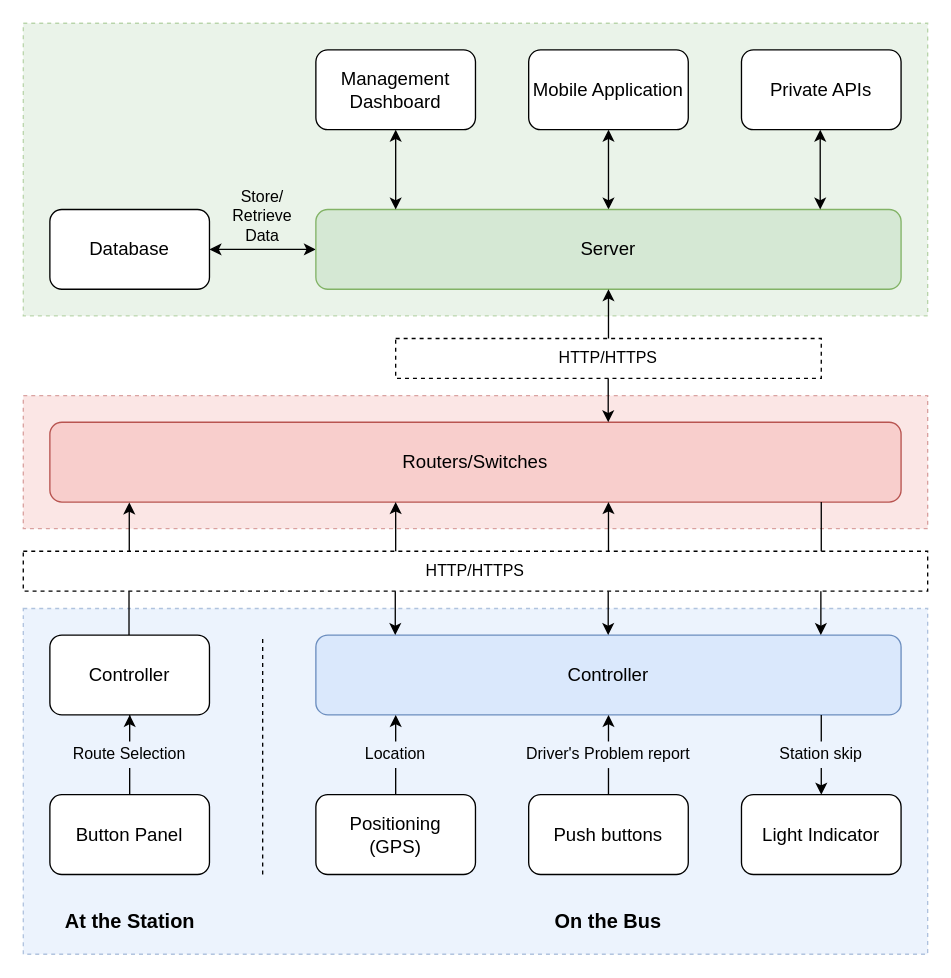
Before: PBL6-BusSystemImprovement.drawio in lukas0173/Draw.io, a draw.io diagram. Source tidied: cells renumbered, new cells numbered last; positions are measured from the earlier drawing's top-left corner, leaving out a move shared by most shapes. Both pictures are drawn from the tidied source at 133%, with x=0, y=0 at pixel (23, 23).
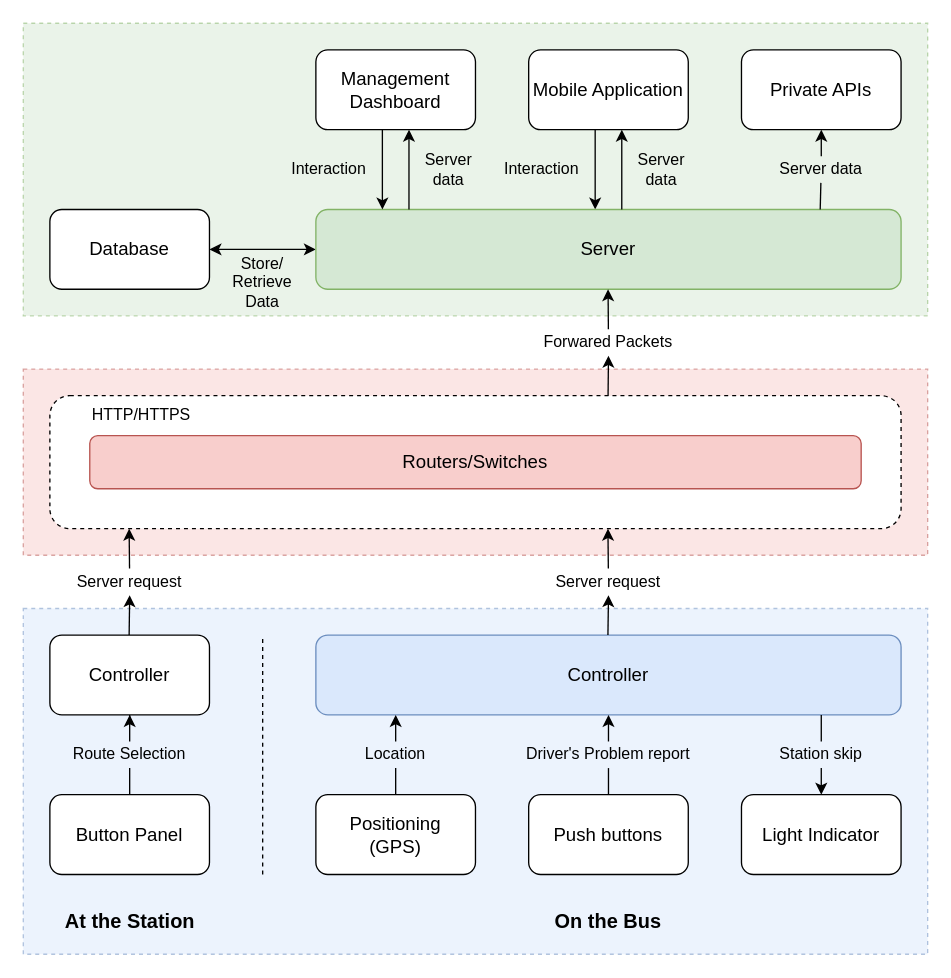
The same page after the edit.

The change refers to these unchanged cells:
```xml
<mxCell id="11" value="Server" style="rounded=1;whiteSpace=wrap;html=1;fontSize=14;fillColor=#d5e8d4;strokeColor=#82b366;" parent="1" vertex="1">
  <mxGeometry x="220" y="140" width="440" height="60" as="geometry" />
</mxCell>
<mxCell id="13" value="Mobile Application" style="rounded=1;whiteSpace=wrap;html=1;fontSize=14;" parent="1" vertex="1">
  <mxGeometry x="380" y="20" width="120" height="60" as="geometry" />
</mxCell>
```

Change to the diagram source:
```diff
@@
     <mxCell id="3" style="rounded=0;whiteSpace=wrap;html=1;dashed=1;fillColor=#f8cecc;strokeColor=#b85450;opacity=50;fontSize=14;" parent="1" vertex="1">
-      <mxGeometry y="280" width="680" height="100" as="geometry" />
+      <mxGeometry y="260" width="680" height="140" as="geometry" />
     </mxCell>
@@
-    <mxCell id="9" style="edgeStyle=orthogonalEdgeStyle;rounded=0;jettySize=auto;html=1;startArrow=classic;startFill=1;" parent="1" edge="1" source="11" target="13">
-      <mxGeometry relative="1" as="geometry" />
+    <mxCell id="9" style="edgeStyle=orthogonalEdgeStyle;rounded=0;orthogonalLoop=1;jettySize=auto;html=1;startArrow=classic;startFill=1;endArrow=none;endFill=0;" parent="1" edge="1">
+      <mxGeometry relative="1" as="geometry">
+        <mxPoint x="430" y="140" as="sourcePoint" />
+        <mxPoint x="430" y="80" as="targetPoint" />
+      </mxGeometry>
     </mxCell>
@@
-    <mxCell id="23" value="Routers/Switches" style="rounded=1;whiteSpace=wrap;html=1;fontSize=14;fillColor=#f8cecc;strokeColor=#b85450;" parent="1" vertex="1">
-      <mxGeometry x="20" y="300" width="640" height="60" as="geometry" />
-    </mxCell>
@@
-    <mxCell id="37" style="edgeStyle=orthogonalEdgeStyle;rounded=0;jettySize=auto;html=1;startArrow=none;startFill=0;endArrow=none;endFill=0;" parent="1" edge="1" source="38">
-      <mxGeometry relative="1" as="geometry">
-        <mxPoint x="79.5" y="460" as="targetPoint" />
-        <Array as="points">
-          <mxPoint x="79.5" y="460" />
-        </Array>
-      </mxGeometry>
-    </mxCell>
-    <mxCell id="38" value="HTTP/HTTPS" style="text;html=1;align=center;verticalAlign=middle;whiteSpace=wrap;rounded=0;strokeColor=default;dashed=1;" parent="1" vertex="1">
-      <mxGeometry y="397" width="680" height="30" as="geometry" />
-    </mxCell>
-    <mxCell id="39" style="edgeStyle=orthogonalEdgeStyle;rounded=0;jettySize=auto;html=1;startArrow=classic;startFill=1;endArrow=none;endFill=0;exitX=0.094;exitY=1.004;exitDx=0;exitDy=0;exitPerimeter=0;" parent="1" edge="1" source="23">
-      <mxGeometry relative="1" as="geometry">
-        <mxPoint x="79.7" y="397" as="targetPoint" />
-        <Array as="points">
-          <mxPoint x="80" y="397" />
-        </Array>
-      </mxGeometry>
-    </mxCell>
-    <mxCell id="40" style="edgeStyle=orthogonalEdgeStyle;rounded=0;orthogonalLoop=1;jettySize=auto;html=1;startArrow=classic;startFill=1;endArrow=none;endFill=0;exitX=0.094;exitY=1.004;exitDx=0;exitDy=0;exitPerimeter=0;" parent="1" edge="1">
-      <mxGeometry relative="1" as="geometry">
-        <mxPoint x="280.2" y="360" as="sourcePoint" />
-        <mxPoint x="280" y="397" as="targetPoint" />
-        <Array as="points">
-          <mxPoint x="280.2" y="397" />
-        </Array>
-      </mxGeometry>
-    </mxCell>
-    <mxCell id="41" style="edgeStyle=orthogonalEdgeStyle;rounded=0;orthogonalLoop=1;jettySize=auto;html=1;startArrow=none;startFill=0;endArrow=classic;endFill=1;" parent="1" edge="1">
-      <mxGeometry relative="1" as="geometry">
-        <mxPoint x="280.2" y="427" as="sourcePoint" />
-        <mxPoint x="279.7" y="460" as="targetPoint" />
-        <Array as="points">
-          <mxPoint x="279.7" y="460" />
-        </Array>
-      </mxGeometry>
-    </mxCell>
-    <mxCell id="42" style="edgeStyle=orthogonalEdgeStyle;rounded=0;orthogonalLoop=1;jettySize=auto;html=1;startArrow=none;startFill=0;endArrow=classic;endFill=1;" parent="1" edge="1">
-      <mxGeometry relative="1" as="geometry">
-        <mxPoint x="440.3" y="427" as="sourcePoint" />
-        <mxPoint x="439.8" y="460" as="targetPoint" />
-        <Array as="points">
-          <mxPoint x="439.8" y="460" />
-        </Array>
-      </mxGeometry>
-    </mxCell>
-    <mxCell id="43" style="edgeStyle=orthogonalEdgeStyle;rounded=0;orthogonalLoop=1;jettySize=auto;html=1;startArrow=classic;startFill=1;endArrow=none;endFill=0;exitX=0.094;exitY=1.004;exitDx=0;exitDy=0;exitPerimeter=0;" parent="1" edge="1">
-      <mxGeometry relative="1" as="geometry">
-        <mxPoint x="440.3" y="360" as="sourcePoint" />
-        <mxPoint x="440" y="397" as="targetPoint" />
-        <Array as="points">
-          <mxPoint x="440.3" y="397" />
-        </Array>
-      </mxGeometry>
-    </mxCell>
-    <mxCell id="44" style="edgeStyle=orthogonalEdgeStyle;rounded=0;orthogonalLoop=1;jettySize=auto;html=1;startArrow=none;startFill=0;endArrow=classic;endFill=1;" parent="1" edge="1">
-      <mxGeometry relative="1" as="geometry">
-        <mxPoint x="600.2" y="427" as="sourcePoint" />
-        <mxPoint x="599.7" y="460" as="targetPoint" />
-        <Array as="points">
-          <mxPoint x="599.7" y="460" />
-        </Array>
-      </mxGeometry>
-    </mxCell>
-    <mxCell id="45" style="edgeStyle=orthogonalEdgeStyle;rounded=0;orthogonalLoop=1;jettySize=auto;html=1;startArrow=none;startFill=0;endArrow=none;endFill=0;exitX=0.094;exitY=1.004;exitDx=0;exitDy=0;exitPerimeter=0;" parent="1" edge="1">
-      <mxGeometry relative="1" as="geometry">
-        <mxPoint x="600.2" y="360" as="sourcePoint" />
-        <mxPoint x="600" y="397" as="targetPoint" />
-        <Array as="points">
-          <mxPoint x="600.2" y="397" />
-        </Array>
-      </mxGeometry>
-    </mxCell>
     <mxCell id="46" value="Store/&lt;div&gt;Retrieve&lt;div&gt;Data&lt;/div&gt;&lt;/div&gt;" style="text;html=1;align=center;verticalAlign=middle;whiteSpace=wrap;rounded=0;" parent="1" vertex="1">
-      <mxGeometry x="150" y="130" width="60" height="30" as="geometry" />
+      <mxGeometry x="150" y="180" width="60" height="30" as="geometry" />
     </mxCell>
-    <mxCell id="47" value="HTTP/HTTPS" style="text;html=1;align=center;verticalAlign=middle;whiteSpace=wrap;rounded=0;strokeColor=default;dashed=1;" parent="1" vertex="1">
-      <mxGeometry x="280" y="237" width="320" height="30" as="geometry" />
-    </mxCell>
-    <mxCell id="48" style="edgeStyle=orthogonalEdgeStyle;rounded=0;orthogonalLoop=1;jettySize=auto;html=1;startArrow=none;startFill=0;endArrow=classic;endFill=1;" parent="1" edge="1">
-      <mxGeometry relative="1" as="geometry">
-        <mxPoint x="440.3" y="267" as="sourcePoint" />
-        <mxPoint x="439.8" y="300" as="targetPoint" />
-        <Array as="points">
-          <mxPoint x="439.8" y="300" />
-        </Array>
-      </mxGeometry>
-    </mxCell>
-    <mxCell id="49" style="edgeStyle=orthogonalEdgeStyle;rounded=0;orthogonalLoop=1;jettySize=auto;html=1;startArrow=classic;startFill=1;endArrow=none;endFill=0;exitX=0.094;exitY=1.004;exitDx=0;exitDy=0;exitPerimeter=0;" parent="1" edge="1">
-      <mxGeometry relative="1" as="geometry">
-        <mxPoint x="440.3" y="200" as="sourcePoint" />
-        <mxPoint x="440" y="237" as="targetPoint" />
-        <Array as="points">
-          <mxPoint x="440.3" y="237" />
-        </Array>
-      </mxGeometry>
-    </mxCell>
-    <mxCell id="50" style="edgeStyle=orthogonalEdgeStyle;rounded=0;orthogonalLoop=1;jettySize=auto;html=1;startArrow=classic;startFill=1;" parent="1" edge="1">
-      <mxGeometry relative="1" as="geometry">
-        <mxPoint x="280" y="140" as="sourcePoint" />
-        <mxPoint x="280" y="80" as="targetPoint" />
-      </mxGeometry>
-    </mxCell>
-    <mxCell id="51" style="edgeStyle=orthogonalEdgeStyle;rounded=0;orthogonalLoop=1;jettySize=auto;html=1;startArrow=classic;startFill=1;" parent="1" edge="1">
+    <mxCell id="51" style="edgeStyle=orthogonalEdgeStyle;rounded=0;jettySize=auto;html=1;startArrow=none;startFill=0;" parent="1" edge="1" source="53">
       <mxGeometry relative="1" as="geometry">
-        <mxPoint x="599.2" y="140" as="sourcePoint" />
         <mxPoint x="599.2" y="80" as="targetPoint" />
       </mxGeometry>
     </mxCell>
+    <mxCell id="52" style="edgeStyle=orthogonalEdgeStyle;rounded=0;jettySize=auto;html=1;startArrow=none;startFill=0;endArrow=none;endFill=0;" parent="1" edge="1" target="53">
+      <mxGeometry relative="1" as="geometry">
+        <mxPoint x="599.2" y="140" as="sourcePoint" />
+      </mxGeometry>
+    </mxCell>
+    <mxCell id="53" value="Server data" style="text;html=1;align=center;verticalAlign=middle;whiteSpace=wrap;rounded=0;" parent="1" vertex="1">
+      <mxGeometry x="565" y="100" width="70" height="20" as="geometry" />
+    </mxCell>
+    <mxCell id="54" style="edgeStyle=orthogonalEdgeStyle;rounded=0;orthogonalLoop=1;jettySize=auto;html=1;startArrow=none;startFill=0;" parent="1" edge="1">
+      <mxGeometry relative="1" as="geometry">
+        <mxPoint x="450" y="140" as="sourcePoint" />
+        <mxPoint x="450" y="80" as="targetPoint" />
+      </mxGeometry>
+    </mxCell>
+    <mxCell id="55" value="Server data" style="text;html=1;align=center;verticalAlign=middle;whiteSpace=wrap;rounded=0;" parent="1" vertex="1">
+      <mxGeometry x="450" y="95" width="60" height="30" as="geometry" />
+    </mxCell>
+    <mxCell id="56" style="rounded=1;whiteSpace=wrap;html=1;dashed=1;" parent="1" vertex="1">
+      <mxGeometry x="20" y="280" width="640" height="100" as="geometry" />
+    </mxCell>
+    <mxCell id="57" value="Interaction" style="text;html=1;align=center;verticalAlign=middle;whiteSpace=wrap;rounded=0;" parent="1" vertex="1">
+      <mxGeometry x="360" y="95" width="60" height="30" as="geometry" />
+    </mxCell>
+    <mxCell id="58" value="Server data" style="text;html=1;align=center;verticalAlign=middle;whiteSpace=wrap;rounded=0;" parent="1" vertex="1">
+      <mxGeometry x="290" y="95" width="60" height="30" as="geometry" />
+    </mxCell>
+    <mxCell id="59" value="Interaction" style="text;html=1;align=center;verticalAlign=middle;whiteSpace=wrap;rounded=0;" parent="1" vertex="1">
+      <mxGeometry x="200" y="95" width="60" height="30" as="geometry" />
+    </mxCell>
+    <mxCell id="60" style="edgeStyle=orthogonalEdgeStyle;rounded=0;orthogonalLoop=1;jettySize=auto;html=1;startArrow=classic;startFill=1;endArrow=none;endFill=0;" parent="1" edge="1">
+      <mxGeometry relative="1" as="geometry">
+        <mxPoint x="270" y="140" as="sourcePoint" />
+        <mxPoint x="270" y="80" as="targetPoint" />
+      </mxGeometry>
+    </mxCell>
+    <mxCell id="61" style="edgeStyle=orthogonalEdgeStyle;rounded=0;orthogonalLoop=1;jettySize=auto;html=1;startArrow=none;startFill=0;" parent="1" edge="1">
+      <mxGeometry relative="1" as="geometry">
+        <mxPoint x="290" y="140" as="sourcePoint" />
+        <mxPoint x="290" y="80" as="targetPoint" />
+      </mxGeometry>
+    </mxCell>
+    <mxCell id="23" value="Routers/Switches" style="rounded=1;whiteSpace=wrap;html=1;fontSize=14;fillColor=#f8cecc;strokeColor=#b85450;" parent="1" vertex="1">
+      <mxGeometry x="50" y="310" width="580" height="40" as="geometry" />
+    </mxCell>
+    <mxCell id="62" value="HTTP/HTTPS" style="text;html=1;align=left;verticalAlign=middle;whiteSpace=wrap;rounded=0;" parent="1" vertex="1">
+      <mxGeometry x="50" y="280" width="110" height="30" as="geometry" />
+    </mxCell>
+    <mxCell id="63" style="endArrow=classic;html=1;rounded=0;entryX=0.5;entryY=1;entryDx=0;entryDy=0;endFill=1;" parent="1" edge="1" source="71">
+      <mxGeometry relative="1" as="geometry">
+        <mxPoint x="439.7" y="200" as="targetPoint" />
+      </mxGeometry>
+    </mxCell>
+    <mxCell id="64" style="endArrow=classic;html=1;rounded=0;entryX=0.5;entryY=1;entryDx=0;entryDy=0;endFill=1;" parent="1" edge="1" source="67">
+      <mxGeometry relative="1" as="geometry">
+        <mxPoint x="439.6" y="380" as="targetPoint" />
+      </mxGeometry>
+    </mxCell>
+    <mxCell id="65" style="endArrow=classic;html=1;rounded=0;entryX=0.5;entryY=1;entryDx=0;entryDy=0;endFill=1;" parent="1" edge="1" source="69">
+      <mxGeometry relative="1" as="geometry">
+        <mxPoint x="79.6" y="380" as="targetPoint" />
+      </mxGeometry>
+    </mxCell>
+    <mxCell id="66" style="endArrow=classic;html=1;rounded=0;entryX=0.5;entryY=1;entryDx=0;entryDy=0;endFill=1;" parent="1" edge="1" target="67">
+      <mxGeometry relative="1" as="geometry">
+        <mxPoint x="439.6" y="460" as="sourcePoint" />
+      </mxGeometry>
+    </mxCell>
+    <mxCell id="67" value="Server request" style="text;html=1;align=center;verticalAlign=middle;whiteSpace=wrap;rounded=0;" parent="1" vertex="1">
+      <mxGeometry x="390" y="410" width="100" height="20" as="geometry" />
+    </mxCell>
+    <mxCell id="68" style="endArrow=classic;html=1;rounded=0;entryX=0.5;entryY=1;entryDx=0;entryDy=0;endFill=1;" parent="1" edge="1" target="69">
+      <mxGeometry relative="1" as="geometry">
+        <mxPoint x="79.6" y="460" as="sourcePoint" />
+      </mxGeometry>
+    </mxCell>
+    <mxCell id="69" value="Server request" style="text;html=1;align=center;verticalAlign=middle;whiteSpace=wrap;rounded=0;" parent="1" vertex="1">
+      <mxGeometry x="30" y="410" width="100" height="20" as="geometry" />
+    </mxCell>
+    <mxCell id="70" style="endArrow=classic;html=1;rounded=0;entryX=0.5;entryY=1;entryDx=0;entryDy=0;endFill=1;" parent="1" edge="1" target="71">
+      <mxGeometry relative="1" as="geometry">
+        <mxPoint x="439.7" y="280" as="sourcePoint" />
+      </mxGeometry>
+    </mxCell>
+    <mxCell id="71" value="Forwared Packets" style="text;html=1;align=center;verticalAlign=middle;whiteSpace=wrap;rounded=0;" parent="1" vertex="1">
+      <mxGeometry x="390" y="230" width="100" height="20" as="geometry" />
+    </mxCell>
```
